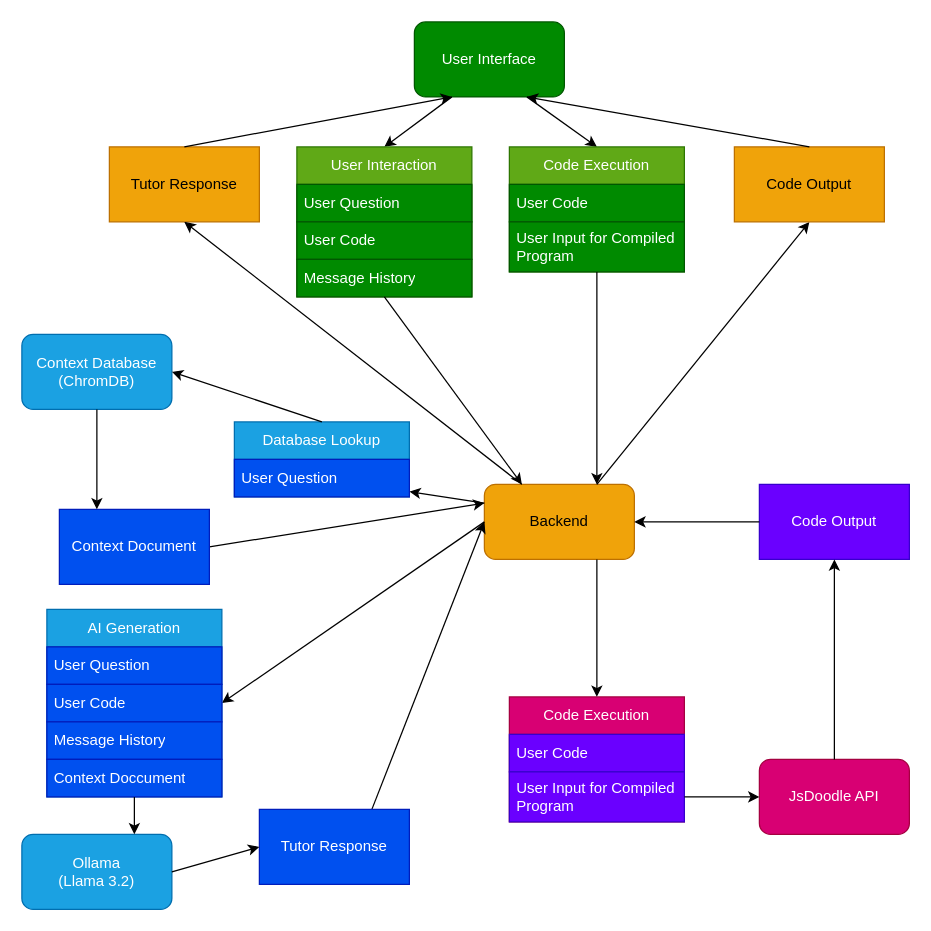
Earlier version of the draw.io diagram Intro to Software Engineering CSC 212-90/Poster/CSC108Tutor.drawio (NobleWolf42/CSC-Homework). Source tidied: cells renumbered, new cells numbered last; positions are measured from the earlier drawing's top-left corner, leaving out a move shared by most shapes. Both pictures are drawn from the tidied source at 125%, with x=0, y=0 at pixel (21, 21).
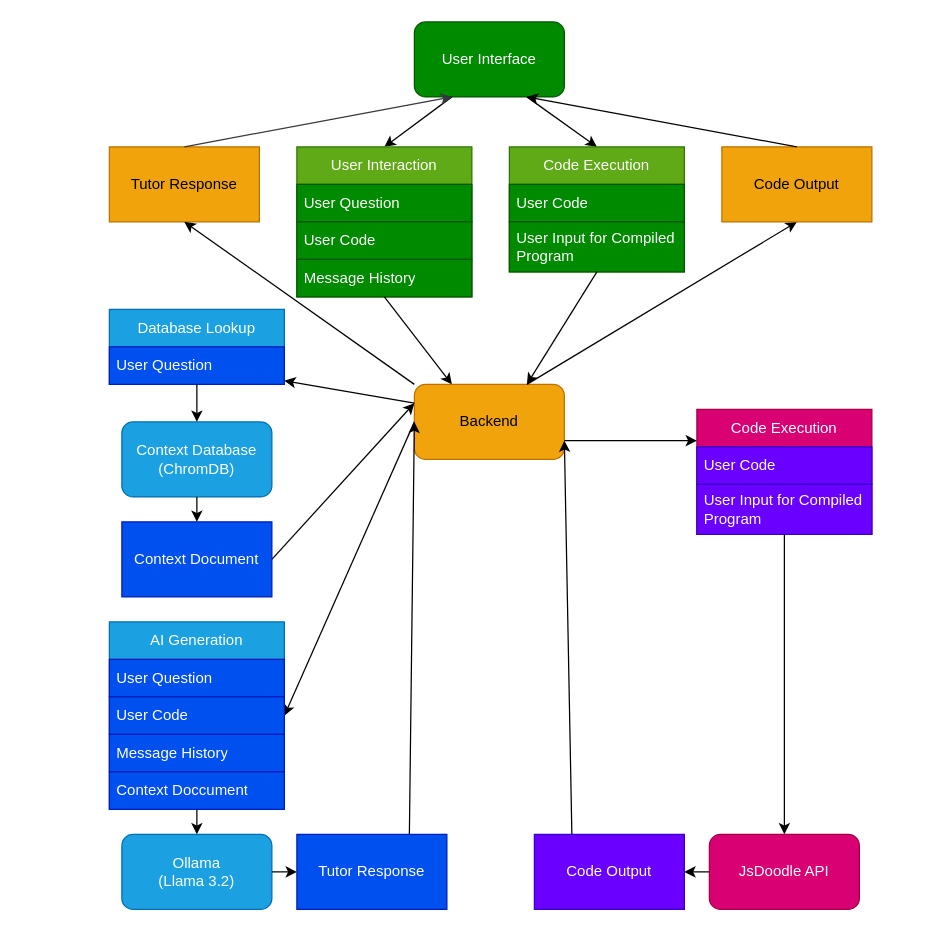
The same diagram, later.

The change refers to these unchanged cells:
```xml
<mxCell id="2" value="User Interface" style="rounded=1;whiteSpace=wrap;html=1;fillColor=#008a00;fontColor=#ffffff;strokeColor=#005700;" parent="1" vertex="1">
  <mxGeometry x="314" width="120" height="60" as="geometry" />
</mxCell>
<mxCell id="5" value="User Interaction" style="swimlane;fontStyle=0;horizontal=1;startSize=30;whiteSpace=wrap;html=1;fillColor=#60a917;fontColor=#ffffff;strokeColor=#2D7600;" parent="1" vertex="1">
  <mxGeometry x="220" y="100" width="140" height="120" as="geometry" />
</mxCell>
<mxCell id="16" value="User Question" style="text;strokeColor=#001DBC;fillColor=#0050ef;align=left;verticalAlign=middle;spacingLeft=4;spacingRight=4;overflow=hidden;points=[[0,0.5],[1,0.5]];portConstraint=eastwest;whiteSpace=wrap;html=1;fontColor=#ffffff;" parent="15" vertex="1">
  <mxGeometry y="30" width="140" height="30" as="geometry" />
</mxCell>
<mxCell id="22" value="Code Execution" style="swimlane;fontStyle=0;horizontal=1;startSize=30;whiteSpace=wrap;html=1;fillColor=#60a917;fontColor=#ffffff;strokeColor=#2D7600;" parent="1" vertex="1">
  <mxGeometry x="390" y="100" width="140" height="100" as="geometry" />
</mxCell>
<mxCell id="34" value="Tutor Response" style="rounded=0;whiteSpace=wrap;html=1;fillColor=#f0a30a;fontColor=#000000;strokeColor=#BD7000;" parent="1" vertex="1">
  <mxGeometry x="70" y="100" width="120" height="60" as="geometry" />
</mxCell>
<mxCell id="44" value="User Input for Compiled Program" style="text;strokeColor=#3700CC;fillColor=#6a00ff;align=left;verticalAlign=middle;spacingLeft=4;spacingRight=4;overflow=hidden;points=[[0,0.5],[1,0.5]];portConstraint=eastwest;whiteSpace=wrap;html=1;fontColor=#ffffff;" parent="42" vertex="1">
  <mxGeometry y="60" width="140" height="40" as="geometry" />
</mxCell>
```

Change to the diagram source:
```diff
@@
     <mxCell id="3" value="Backend" style="rounded=1;whiteSpace=wrap;html=1;fillColor=#f0a30a;fontColor=#000000;strokeColor=#BD7000;" parent="1" vertex="1">
-      <mxGeometry x="370" y="370" width="120" height="60" as="geometry" />
+      <mxGeometry x="314" y="290" width="120" height="60" as="geometry" />
     </mxCell>
-    <mxCell id="4" style="endArrow=classic;html=1;rounded=0;exitX=0.25;exitY=1;exitDx=0;exitDy=0;entryX=0.5;entryY=0;entryDx=0;entryDy=0;" parent="1" edge="1" source="2" target="5">
+    <mxCell id="4" style="endArrow=classic;html=1;rounded=0;exitX=0.25;exitY=1;exitDx=0;exitDy=0;entryX=0.5;entryY=0;entryDx=0;entryDy=0;strokeColor=light-dark(#000000,#000000);" parent="1" edge="1" source="2" target="5">
       <mxGeometry relative="1" as="geometry" />
     </mxCell>
@@
-    <mxCell id="9" style="endArrow=classic;html=1;rounded=0;entryX=0.25;entryY=0;entryDx=0;entryDy=0;exitX=0.5;exitY=1;exitDx=0;exitDy=0;" parent="1" edge="1" source="5" target="3">
+    <mxCell id="9" style="endArrow=classic;html=1;rounded=0;entryX=0.25;entryY=0;entryDx=0;entryDy=0;exitX=0.5;exitY=1;exitDx=0;exitDy=0;strokeColor=light-dark(#000000,#000000);" parent="1" edge="1" source="5" target="3">
       <mxGeometry relative="1" as="geometry" />
     </mxCell>
-    <mxCell id="10" style="endArrow=classic;html=1;rounded=0;exitX=0;exitY=0.25;exitDx=0;exitDy=0;" parent="1" edge="1" source="3" target="16">
+    <mxCell id="10" style="endArrow=classic;html=1;rounded=0;exitX=0;exitY=0.25;exitDx=0;exitDy=0;strokeColor=light-dark(#000000,#000000);" parent="1" edge="1" source="3" target="16">
       <mxGeometry relative="1" as="geometry" />
     </mxCell>
-    <mxCell id="11" style="endArrow=classic;html=1;rounded=0;exitX=1;exitY=0.5;exitDx=0;exitDy=0;entryX=0;entryY=0.25;entryDx=0;entryDy=0;" parent="1" edge="1" source="18" target="3">
+    <mxCell id="11" style="endArrow=classic;html=1;rounded=0;exitX=1;exitY=0.5;exitDx=0;exitDy=0;entryX=0;entryY=0.25;entryDx=0;entryDy=0;strokeColor=light-dark(#000000,#000000);" parent="1" edge="1" source="18" target="3">
       <mxGeometry relative="1" as="geometry" />
     </mxCell>
     <mxCell id="12" value="Context Database (ChromDB)" style="rounded=1;whiteSpace=wrap;html=1;fillColor=#1ba1e2;fontColor=#ffffff;strokeColor=#006EAF;" parent="1" vertex="1">
-      <mxGeometry y="250" width="120" height="60" as="geometry" />
+      <mxGeometry x="80" y="320" width="120" height="60" as="geometry" />
     </mxCell>
-    <mxCell id="13" style="endArrow=classic;html=1;rounded=0;exitX=0;exitY=0.5;exitDx=0;exitDy=0;entryX=1;entryY=0.5;entryDx=0;entryDy=0;" parent="1" edge="1" source="3" target="26">
+    <mxCell id="13" style="endArrow=classic;html=1;rounded=0;exitX=0;exitY=0.5;exitDx=0;exitDy=0;entryX=1;entryY=0.5;entryDx=0;entryDy=0;strokeColor=light-dark(#000000,#000000);" parent="1" edge="1" source="3" target="26">
       <mxGeometry relative="1" as="geometry" />
     </mxCell>
-    <mxCell id="14" style="endArrow=classic;html=1;rounded=0;entryX=0;entryY=0.5;entryDx=0;entryDy=0;exitX=0.75;exitY=0;exitDx=0;exitDy=0;" parent="1" edge="1" source="31" target="3">
+    <mxCell id="14" style="endArrow=classic;html=1;rounded=0;entryX=0;entryY=0.5;entryDx=0;entryDy=0;exitX=0.75;exitY=0;exitDx=0;exitDy=0;strokeColor=light-dark(#000000,#000000);" parent="1" edge="1" source="31" target="3">
       <mxGeometry relative="1" as="geometry" />
     </mxCell>
     <mxCell id="15" value="Database Lookup" style="swimlane;fontStyle=0;horizontal=1;startSize=30;whiteSpace=wrap;html=1;fillColor=#1ba1e2;fontColor=#ffffff;strokeColor=#006EAF;" parent="1" vertex="1">
-      <mxGeometry x="170" y="320" width="140" height="60" as="geometry" />
+      <mxGeometry x="70" y="230" width="140" height="60" as="geometry" />
     </mxCell>
@@
-    <mxCell id="17" style="endArrow=classic;html=1;rounded=0;exitX=0.5;exitY=0;exitDx=0;exitDy=0;entryX=1;entryY=0.5;entryDx=0;entryDy=0;" parent="1" edge="1" source="15" target="12">
+    <mxCell id="17" style="endArrow=classic;html=1;rounded=0;entryX=0.5;entryY=0;entryDx=0;entryDy=0;exitX=0.5;exitY=1;exitDx=0;exitDy=0;strokeColor=light-dark(#000000,#000000);" parent="1" edge="1" source="15" target="12">
       <mxGeometry relative="1" as="geometry" />
     </mxCell>
     <mxCell id="18" value="Context Document" style="rounded=0;whiteSpace=wrap;html=1;fillColor=#0050ef;fontColor=#ffffff;strokeColor=#001DBC;" parent="1" vertex="1">
-      <mxGeometry x="30" y="390" width="120" height="60" as="geometry" />
+      <mxGeometry x="80" y="400" width="120" height="60" as="geometry" />
     </mxCell>
     <mxCell id="19" value="Ollama&lt;div&gt;(Llama 3.2)&lt;/div&gt;" style="rounded=1;whiteSpace=wrap;html=1;fillColor=#1ba1e2;fontColor=#ffffff;strokeColor=#006EAF;" parent="1" vertex="1">
-      <mxGeometry y="650" width="120" height="60" as="geometry" />
+      <mxGeometry x="80" y="650" width="120" height="60" as="geometry" />
     </mxCell>
-    <mxCell id="20" style="endArrow=classic;html=1;rounded=0;exitX=0.5;exitY=1;exitDx=0;exitDy=0;entryX=0.25;entryY=0;entryDx=0;entryDy=0;" parent="1" edge="1" source="12" target="18">
+    <mxCell id="20" style="endArrow=classic;html=1;rounded=0;exitX=0.5;exitY=1;exitDx=0;exitDy=0;entryX=0.5;entryY=0;entryDx=0;entryDy=0;strokeColor=light-dark(#000000,#000000);" parent="1" edge="1" source="12" target="18">
       <mxGeometry relative="1" as="geometry" />
     </mxCell>
-    <mxCell id="21" style="endArrow=classic;html=1;rounded=0;exitX=0.75;exitY=1;exitDx=0;exitDy=0;entryX=0.5;entryY=0;entryDx=0;entryDy=0;" parent="1" edge="1" source="2" target="22">
+    <mxCell id="21" style="endArrow=classic;html=1;rounded=0;exitX=0.75;exitY=1;exitDx=0;exitDy=0;entryX=0.5;entryY=0;entryDx=0;entryDy=0;strokeColor=light-dark(#000000,#000000);" parent="1" edge="1" source="2" target="22">
       <mxGeometry relative="1" as="geometry" />
     </mxCell>
@@
-    <mxCell id="25" style="endArrow=classic;html=1;rounded=0;exitX=0.5;exitY=1;exitDx=0;exitDy=0;entryX=0.75;entryY=0;entryDx=0;entryDy=0;" parent="1" edge="1" source="22" target="3">
+    <mxCell id="25" style="endArrow=classic;html=1;rounded=0;exitX=0.5;exitY=1;exitDx=0;exitDy=0;entryX=0.75;entryY=0;entryDx=0;entryDy=0;strokeColor=light-dark(#000000,#000000);" parent="1" edge="1" source="22" target="3">
       <mxGeometry relative="1" as="geometry" />
     </mxCell>
     <mxCell id="26" value="AI Generation" style="swimlane;fontStyle=0;horizontal=1;startSize=30;whiteSpace=wrap;html=1;fillColor=#1ba1e2;fontColor=#ffffff;strokeColor=#006EAF;" parent="1" vertex="1">
-      <mxGeometry x="20" y="470" width="140" height="150" as="geometry" />
+      <mxGeometry x="70" y="480" width="140" height="150" as="geometry" />
     </mxCell>
@@
     <mxCell id="31" value="Tutor Response" style="rounded=0;whiteSpace=wrap;html=1;fillColor=#0050ef;fontColor=#ffffff;strokeColor=#001DBC;" parent="1" vertex="1">
-      <mxGeometry x="190" y="630" width="120" height="60" as="geometry" />
+      <mxGeometry x="220" y="650" width="120" height="60" as="geometry" />
     </mxCell>
-    <mxCell id="32" style="endArrow=classic;html=1;rounded=0;exitX=0.5;exitY=1;exitDx=0;exitDy=0;entryX=0.75;entryY=0;entryDx=0;entryDy=0;" parent="1" edge="1" source="26" target="19">
+    <mxCell id="32" style="endArrow=classic;html=1;rounded=0;exitX=0.5;exitY=1;exitDx=0;exitDy=0;entryX=0.5;entryY=0;entryDx=0;entryDy=0;strokeColor=light-dark(#000000,#000000);" parent="1" edge="1" source="26" target="19">
       <mxGeometry relative="1" as="geometry" />
     </mxCell>
-    <mxCell id="33" style="endArrow=classic;html=1;rounded=0;exitX=1;exitY=0.5;exitDx=0;exitDy=0;entryX=0;entryY=0.5;entryDx=0;entryDy=0;" parent="1" edge="1" source="19" target="31">
+    <mxCell id="33" style="endArrow=classic;html=1;rounded=0;exitX=1;exitY=0.5;exitDx=0;exitDy=0;entryX=0;entryY=0.5;entryDx=0;entryDy=0;strokeColor=light-dark(#000000,#000000);" parent="1" edge="1" source="19" target="31">
       <mxGeometry relative="1" as="geometry" />
     </mxCell>
@@
-    <mxCell id="35" style="endArrow=classic;html=1;rounded=0;exitX=0.5;exitY=0;exitDx=0;exitDy=0;entryX=0.25;entryY=1;entryDx=0;entryDy=0;" parent="1" edge="1" source="34" target="2">
+    <mxCell id="35" value="&lt;div&gt;&lt;br&gt;&lt;/div&gt;&lt;div&gt;&lt;br&gt;&lt;/div&gt;" style="endArrow=classic;html=1;rounded=0;exitX=0.5;exitY=0;exitDx=0;exitDy=0;entryX=0.25;entryY=1;entryDx=0;entryDy=0;fillColor=#eeeeee;strokeColor=light-dark(#36393D,#000000);" parent="1" edge="1" source="34" target="2">
       <mxGeometry relative="1" as="geometry" />
     </mxCell>
-    <mxCell id="36" style="endArrow=classic;html=1;rounded=0;entryX=0.5;entryY=1;entryDx=0;entryDy=0;" parent="1" edge="1" target="34">
-      <mxGeometry relative="1" as="geometry">
-        <mxPoint x="400" y="370" as="sourcePoint" />
-      </mxGeometry>
+    <mxCell id="36" style="endArrow=classic;html=1;rounded=0;entryX=0.5;entryY=1;entryDx=0;entryDy=0;exitX=0;exitY=0;exitDx=0;exitDy=0;strokeColor=light-dark(#000000,#000000);" parent="1" edge="1" source="3" target="34">
+      <mxGeometry relative="1" as="geometry" />
     </mxCell>
-    <mxCell id="37" style="endArrow=classic;html=1;rounded=0;exitX=0.75;exitY=0;exitDx=0;exitDy=0;entryX=0.5;entryY=1;entryDx=0;entryDy=0;" parent="1" edge="1" source="3" target="38">
+    <mxCell id="37" style="endArrow=classic;html=1;rounded=0;exitX=0.75;exitY=0;exitDx=0;exitDy=0;entryX=0.5;entryY=1;entryDx=0;entryDy=0;strokeColor=light-dark(#000000,#000000);" parent="1" edge="1" source="3" target="38">
       <mxGeometry relative="1" as="geometry" />
     </mxCell>
     <mxCell id="38" value="Code Output" style="rounded=0;whiteSpace=wrap;html=1;fillColor=#f0a30a;fontColor=#000000;strokeColor=#BD7000;" parent="1" vertex="1">
-      <mxGeometry x="570" y="100" width="120" height="60" as="geometry" />
+      <mxGeometry x="560" y="100" width="120" height="60" as="geometry" />
     </mxCell>
-    <mxCell id="39" style="endArrow=classic;html=1;rounded=0;entryX=0.75;entryY=1;entryDx=0;entryDy=0;exitX=0.5;exitY=0;exitDx=0;exitDy=0;" parent="1" edge="1" source="38" target="2">
+    <mxCell id="39" style="endArrow=classic;html=1;rounded=0;entryX=0.75;entryY=1;entryDx=0;entryDy=0;exitX=0.5;exitY=0;exitDx=0;exitDy=0;strokeColor=light-dark(#000000,#000000);" parent="1" edge="1" source="38" target="2">
       <mxGeometry relative="1" as="geometry" />
     </mxCell>
     <mxCell id="40" value="Code Output" style="rounded=0;whiteSpace=wrap;html=1;fillColor=#6a00ff;fontColor=#ffffff;strokeColor=#3700CC;" parent="1" vertex="1">
-      <mxGeometry x="590" y="370" width="120" height="60" as="geometry" />
+      <mxGeometry x="410" y="650" width="120" height="60" as="geometry" />
     </mxCell>
     <mxCell id="41" value="JsDoodle API" style="rounded=1;whiteSpace=wrap;html=1;fillColor=#d80073;fontColor=#ffffff;strokeColor=#A50040;" parent="1" vertex="1">
-      <mxGeometry x="590" y="590" width="120" height="60" as="geometry" />
+      <mxGeometry x="550" y="650" width="120" height="60" as="geometry" />
     </mxCell>
     <mxCell id="42" value="Code Execution" style="swimlane;fontStyle=0;horizontal=1;startSize=30;whiteSpace=wrap;html=1;fillColor=#d80073;fontColor=#ffffff;strokeColor=#A50040;" parent="1" vertex="1">
-      <mxGeometry x="390" y="540" width="140" height="100" as="geometry" />
+      <mxGeometry x="540" y="310" width="140" height="100" as="geometry" />
     </mxCell>
@@
-    <mxCell id="45" style="endArrow=classic;html=1;rounded=0;exitX=0.75;exitY=1;exitDx=0;exitDy=0;entryX=0.5;entryY=0;entryDx=0;entryDy=0;" parent="1" edge="1" source="3" target="42">
+    <mxCell id="45" style="endArrow=classic;html=1;rounded=0;entryX=0;entryY=0.25;entryDx=0;entryDy=0;exitX=1;exitY=0.75;exitDx=0;exitDy=0;strokeColor=light-dark(#000000,#000000);" parent="1" edge="1" source="3" target="42">
       <mxGeometry relative="1" as="geometry" />
     </mxCell>
-    <mxCell id="46" style="endArrow=classic;html=1;rounded=0;entryX=0;entryY=0.5;entryDx=0;entryDy=0;exitX=1;exitY=0.5;exitDx=0;exitDy=0;" parent="1" edge="1" source="44" target="41">
+    <mxCell id="46" style="endArrow=classic;html=1;rounded=0;exitX=0.5;exitY=1;exitDx=0;exitDy=0;entryX=0.5;entryY=0;entryDx=0;entryDy=0;strokeColor=light-dark(#000000,#000000);" parent="1" edge="1" source="42" target="41">
       <mxGeometry relative="1" as="geometry" />
     </mxCell>
-    <mxCell id="47" style="endArrow=classic;html=1;rounded=0;exitX=0.5;exitY=0;exitDx=0;exitDy=0;entryX=0.5;entryY=1;entryDx=0;entryDy=0;" parent="1" edge="1" source="41" target="40">
+    <mxCell id="47" style="endArrow=classic;html=1;rounded=0;exitX=0;exitY=0.5;exitDx=0;exitDy=0;entryX=1;entryY=0.5;entryDx=0;entryDy=0;strokeColor=light-dark(#000000,#000000);" parent="1" edge="1" source="41" target="40">
       <mxGeometry relative="1" as="geometry" />
     </mxCell>
-    <mxCell id="48" style="endArrow=classic;html=1;rounded=0;exitX=0;exitY=0.5;exitDx=0;exitDy=0;entryX=1;entryY=0.5;entryDx=0;entryDy=0;" parent="1" edge="1" source="40" target="3">
+    <mxCell id="48" style="endArrow=classic;html=1;rounded=0;entryX=1;entryY=0.75;entryDx=0;entryDy=0;exitX=0.25;exitY=0;exitDx=0;exitDy=0;strokeColor=light-dark(#000000,#000000);" parent="1" edge="1" source="40" target="3">
       <mxGeometry relative="1" as="geometry" />
     </mxCell>
```
